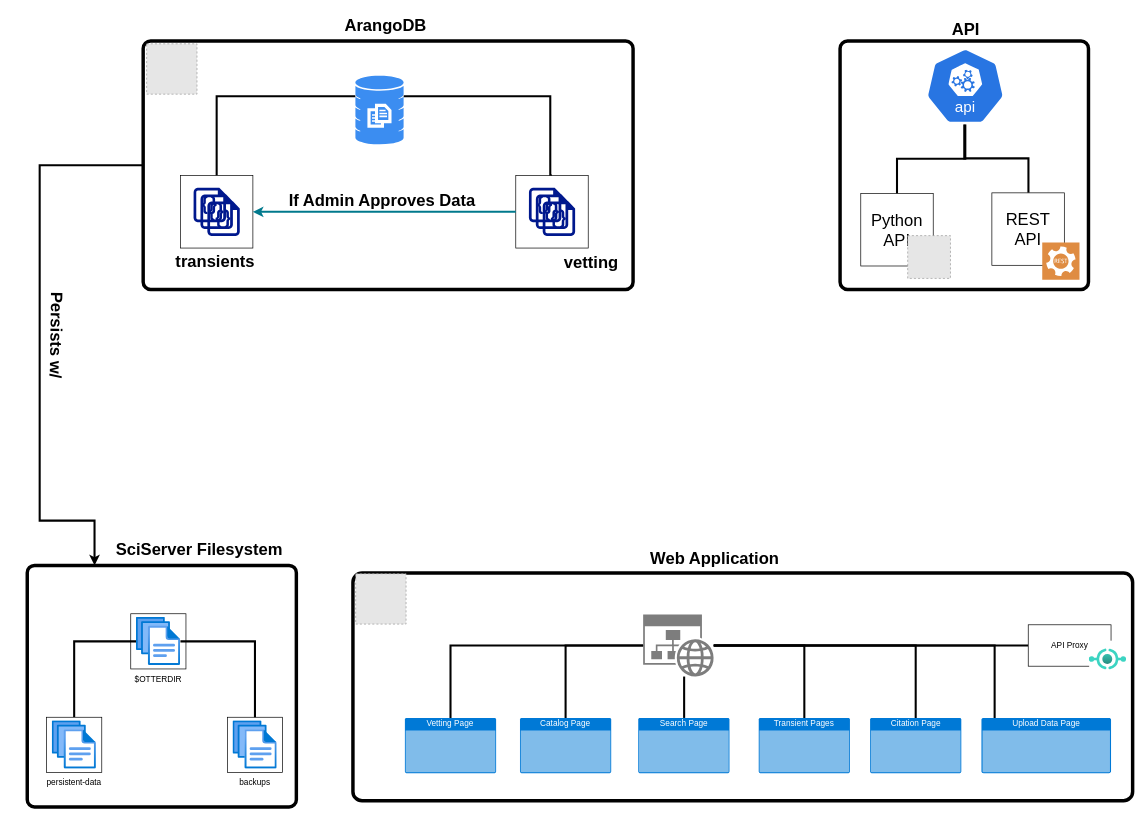
astro-otter/otter_schema keeps this draw.io diagram as page "full-schema-clean-1" (6 of 10) of data-life-cycle.drawio. Above is the earlier version. Source tidied: cells renumbered, new cells numbered last; positions are measured from the earlier drawing's top-left corner, leaving out a move shared by most shapes. Both pictures are drawn from the tidied source at 69%, with x=0, y=0 at pixel (12, 12). Pictures stored in the file or linked from it are replaced by grey dashed boxes.
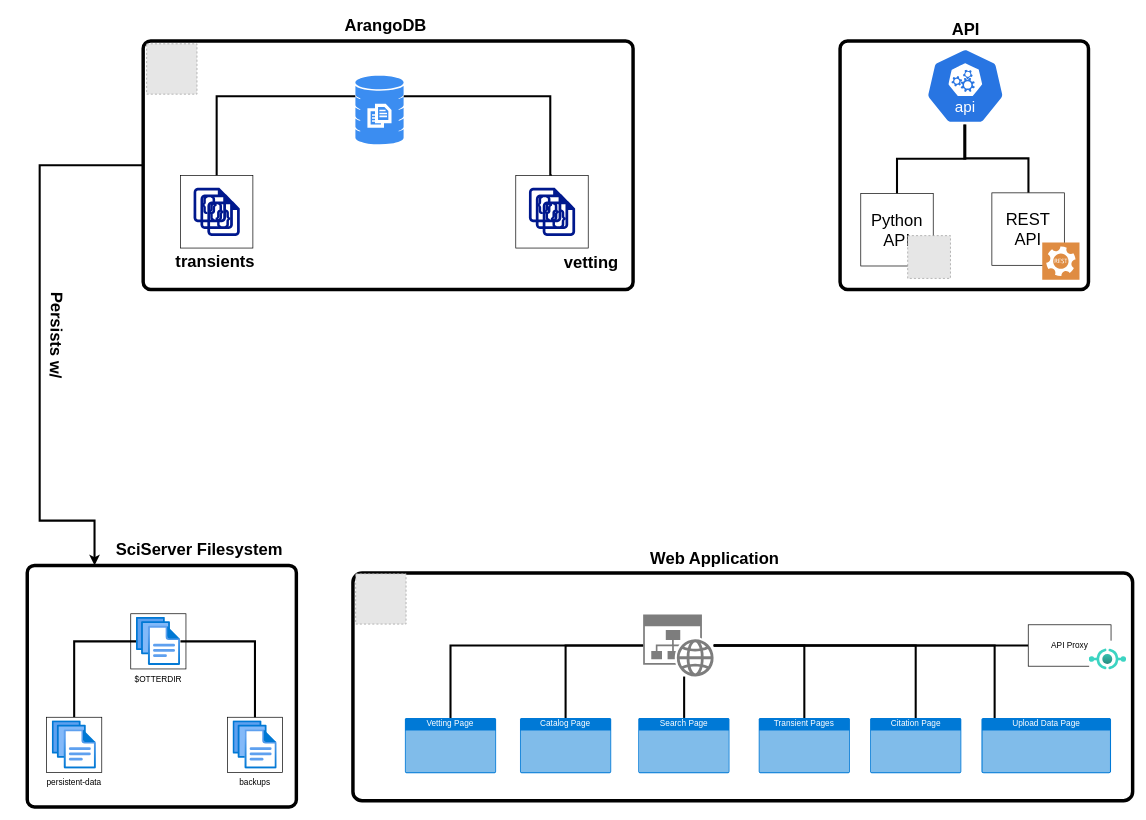
The same diagram, later.

Unchanged cells that the change refers to:
```xml
<mxCell id="2" style="group;fillColor=none;rounded=1;" parent="1" vertex="1">
  <mxGeometry x="60" y="42" width="950" height="496" as="geometry" />
</mxCell>
<mxCell id="8" style="whiteSpace=wrap;html=1;fillColor=light-dark(#FFFFFF,#330000);" parent="7" vertex="1">
  <mxGeometry width="105" height="105" as="geometry" />
</mxCell>
<mxCell id="13" style="whiteSpace=wrap;html=1;fillColor=light-dark(#FFFFFF,#330000);" parent="12" vertex="1">
  <mxGeometry width="105" height="105" as="geometry" />
</mxCell>
```

Change to the diagram source:
```diff
@@
-    <mxCell id="20" style="edgeStyle=orthogonalEdgeStyle;rounded=0;jettySize=auto;html=1;entryX=1;entryY=0.5;entryDx=0;entryDy=0;strokeWidth=3;strokeColor=#00798C;" parent="2" edge="1" source="13" target="8">
-      <mxGeometry relative="1" as="geometry" />
-    </mxCell>
-    <mxCell id="21" value="If Admin Approves Data" style="text;strokeColor=none;fillColor=none;html=1;fontSize=24;fontStyle=1;verticalAlign=middle;align=center;" parent="2" vertex="1">
-      <mxGeometry x="426" y="212" width="100" height="40" as="geometry" />
-    </mxCell>
```
